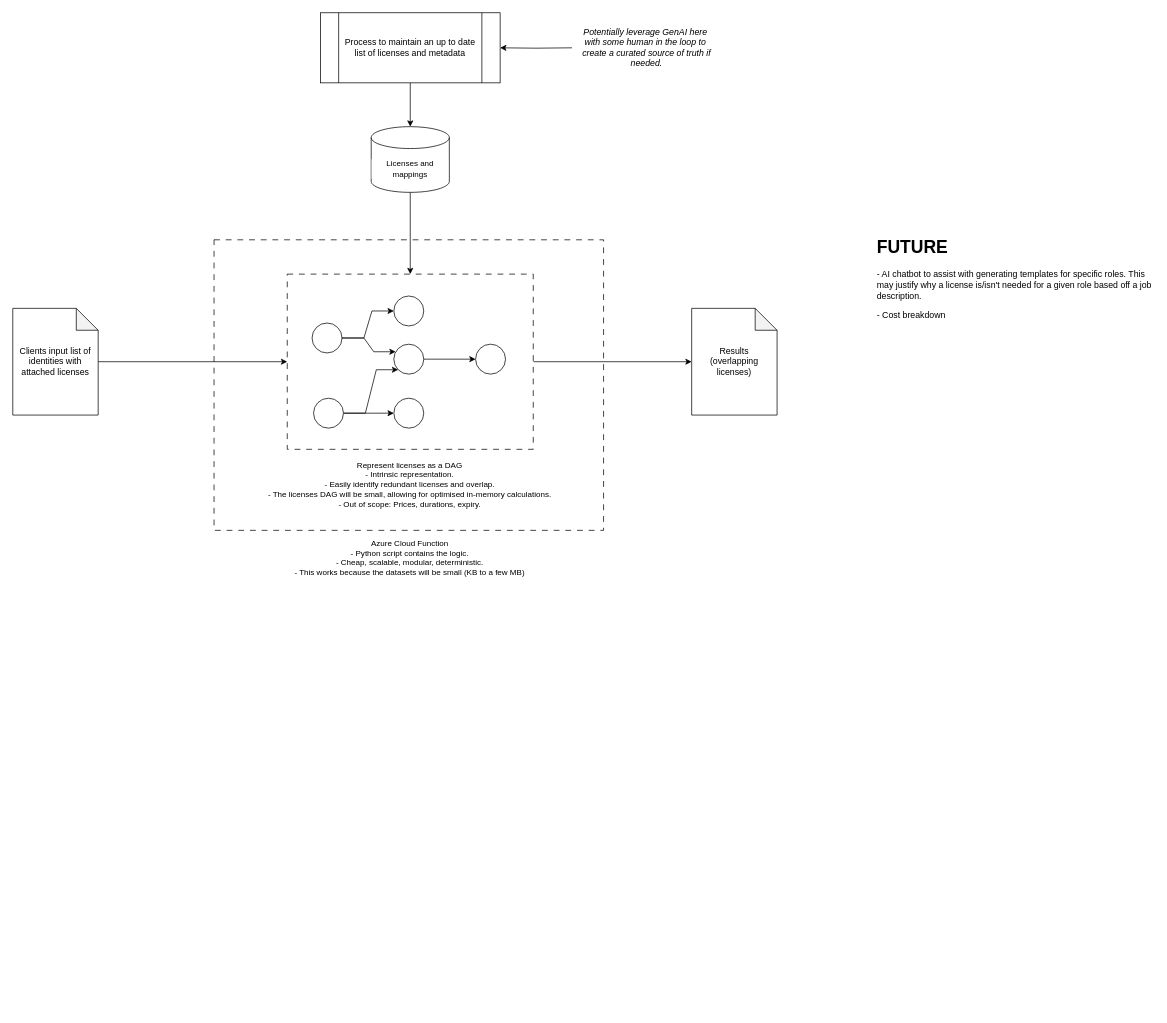
Before: architecture.drawio in isaakchoi/m365-license-optimiser, a draw.io diagram. Source tidied: cells renumbered, new cells numbered last; positions are measured from the earlier drawing's top-left corner, leaving out a move shared by most shapes. Both pictures are drawn from the tidied source at 73%, with x=0, y=0 at pixel (12, 12).
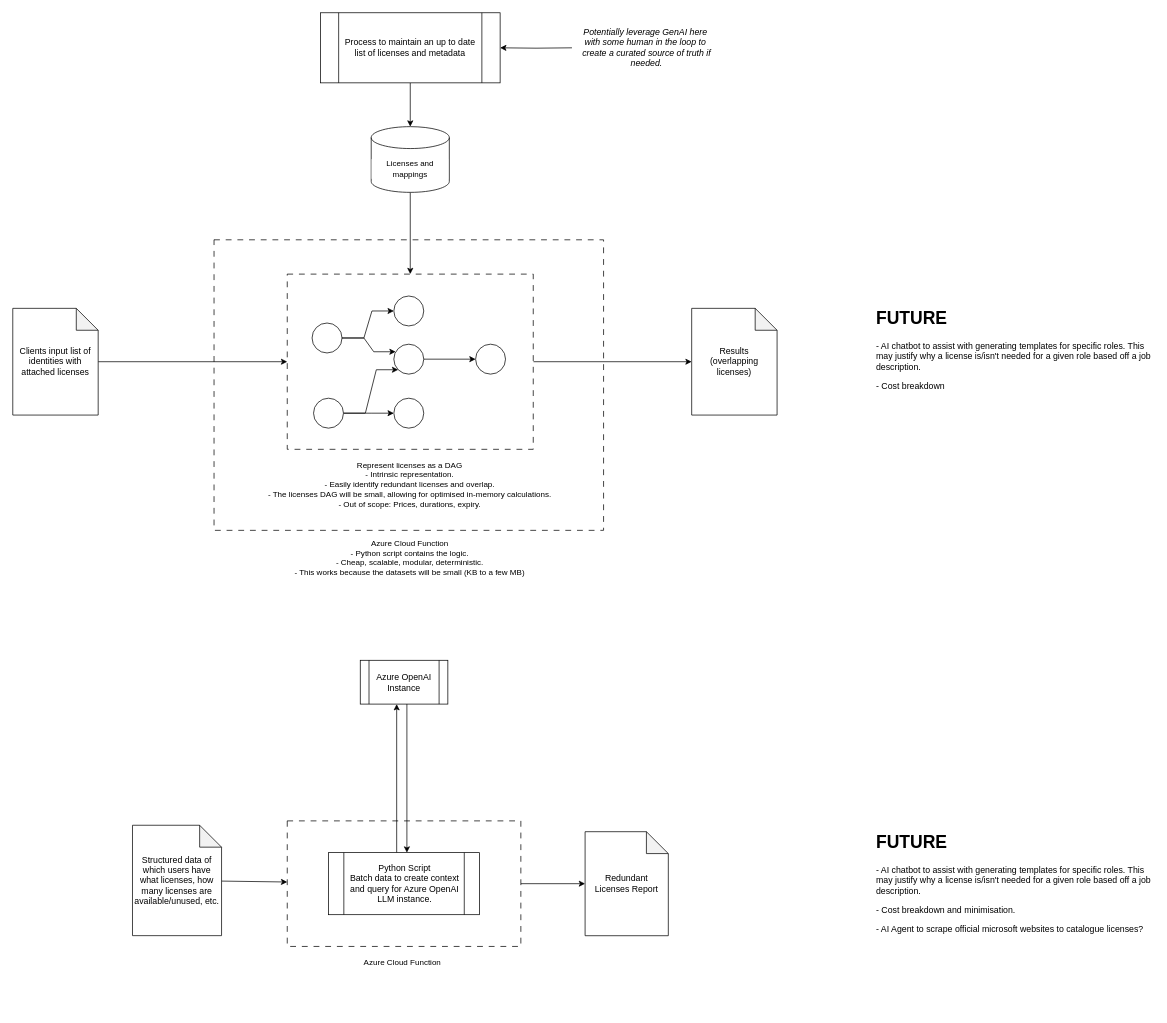
The same diagram, later.

The edit, as a diff of the source:
```diff
@@
+    <mxCell id="28" style="edgeStyle=none;html=1;" parent="1" edge="1" source="29" target="35">
+      <mxGeometry relative="1" as="geometry" />
+    </mxCell>
+    <mxCell id="29" style="rounded=0;whiteSpace=wrap;html=1;dashed=1;dashPattern=8 8;" parent="1" vertex="1">
+      <mxGeometry x="376" y="1107" width="320" height="172" as="geometry" />
+    </mxCell>
@@
     <mxCell id="27" value="&lt;h1 style=&quot;margin-top: 0px;&quot;&gt;FUTURE&lt;/h1&gt;&lt;p&gt;- AI chatbot to assist with generating templates for specific roles. This may justify why a license is/isn't needed for a given role based off a job description.&lt;/p&gt;&lt;p&gt;- Cost breakdown&lt;/p&gt;&lt;p&gt;&lt;br&gt;&lt;/p&gt;" style="text;html=1;whiteSpace=wrap;overflow=hidden;rounded=0;" parent="1" vertex="1">
-      <mxGeometry x="1182" y="300" width="381" height="154" as="geometry" />
+      <mxGeometry x="1181" y="397.5" width="381" height="154" as="geometry" />
     </mxCell>
+    <mxCell id="30" style="edgeStyle=none;html=1;endArrow=classic;endFill=1;" parent="1" edge="1">
+      <mxGeometry relative="1" as="geometry">
+        <mxPoint x="525.9" y="1150.5" as="sourcePoint" />
+        <mxPoint x="525.9" y="947" as="targetPoint" />
+      </mxGeometry>
+    </mxCell>
+    <mxCell id="31" value="&lt;div&gt;Python Script&lt;/div&gt;&lt;div&gt;Batch data to create context and query for Azure OpenAI LLM instance.&lt;/div&gt;" style="shape=process;whiteSpace=wrap;html=1;backgroundOutline=1;" parent="1" vertex="1">
+      <mxGeometry x="432.5" y="1150.5" width="207" height="85" as="geometry" />
+    </mxCell>
+    <mxCell id="32" value="&lt;div&gt;Azure Cloud Function&lt;/div&gt;" style="text;html=1;align=center;verticalAlign=top;whiteSpace=wrap;rounded=0;fontFamily=Helvetica;fontSize=11;fontColor=default;labelBackgroundColor=default;" parent="1" vertex="1">
+      <mxGeometry x="336.5" y="1287.5" width="393.5" height="79" as="geometry" />
+    </mxCell>
+    <mxCell id="33" style="edgeStyle=none;html=1;" parent="1" edge="1" source="34" target="29">
+      <mxGeometry relative="1" as="geometry" />
+    </mxCell>
+    <mxCell id="34" value="Structured data of which users have what licenses, how many licenses are available/unused, etc." style="shape=note;whiteSpace=wrap;html=1;backgroundOutline=1;darkOpacity=0.05;" parent="1" vertex="1">
+      <mxGeometry x="164" y="1113" width="122" height="151.2" as="geometry" />
+    </mxCell>
+    <mxCell id="35" value="Redundant&lt;div&gt;Licenses Report&lt;/div&gt;" style="shape=note;whiteSpace=wrap;html=1;backgroundOutline=1;darkOpacity=0.05;" parent="1" vertex="1">
+      <mxGeometry x="784" y="1121.8" width="114" height="142.5" as="geometry" />
+    </mxCell>
+    <mxCell id="36" value="Azure OpenAI Instance" style="shape=process;whiteSpace=wrap;html=1;backgroundOutline=1;" parent="1" vertex="1">
+      <mxGeometry x="476" y="887" width="120" height="60" as="geometry" />
+    </mxCell>
+    <mxCell id="37" style="edgeStyle=none;html=1;endArrow=none;endFill=0;startArrow=classic;startFill=1;" parent="1" edge="1">
+      <mxGeometry relative="1" as="geometry">
+        <mxPoint x="539.9" y="1150.5" as="sourcePoint" />
+        <mxPoint x="539.9" y="947" as="targetPoint" />
+      </mxGeometry>
+    </mxCell>
+    <mxCell id="38" value="&lt;h1 style=&quot;margin-top: 0px;&quot;&gt;FUTURE&lt;/h1&gt;&lt;p&gt;- AI chatbot to assist with generating templates for specific roles. This may justify why a license is/isn't needed for a given role based off a job description.&lt;/p&gt;&lt;p&gt;- Cost breakdown and minimisation.&lt;/p&gt;&lt;p&gt;- AI Agent to scrape official microsoft websites to catalogue licenses?&lt;/p&gt;&lt;p&gt;&lt;br&gt;&lt;/p&gt;" style="text;html=1;whiteSpace=wrap;overflow=hidden;rounded=0;" parent="1" vertex="1">
+      <mxGeometry x="1181" y="1116" width="381" height="154" as="geometry" />
+    </mxCell>
```
